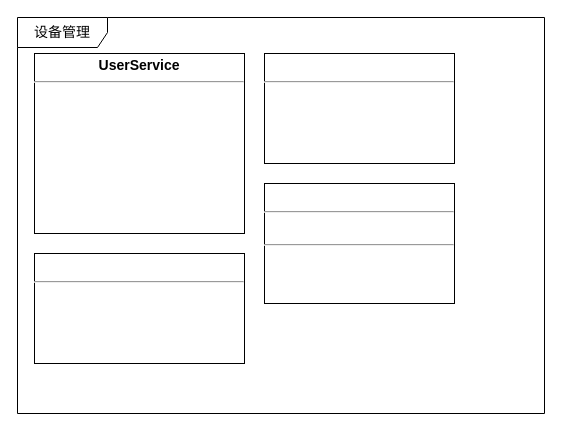
Above: IOTManage/class-device.drawio in waterwatermelon/graph (draw.io), before the change. Source tidied: cells renumbered, new cells numbered last; positions are measured from the earlier drawing's top-left corner, leaving out a move shared by most shapes. Both pictures are drawn from the tidied source at 100%, with x=0, y=0 at pixel (17, 17).
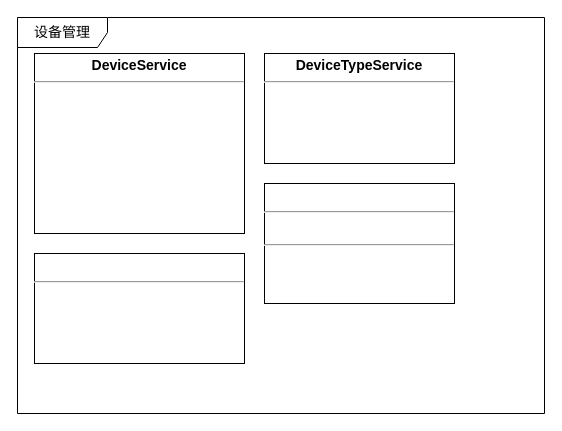
After the change.

Diff of the diagram source:
```diff
@@
 <mxGraphModel>
   <root>
     <mxCell id="0" />
     <mxCell id="1" parent="0" />
     <mxCell id="2" value="设备管理" style="shape=umlFrame;whiteSpace=wrap;html=1;rounded=0;shadow=0;comic=0;labelBackgroundColor=none;strokeColor=#000000;strokeWidth=1;fillColor=#ffffff;fontFamily=Verdana;fontSize=14;fontColor=#000000;align=center;width=90;height=30;" parent="1" vertex="1">
       <mxGeometry width="527" height="396" as="geometry" />
     </mxCell>
-    <mxCell id="3" value="&lt;p style=&quot;margin: 4px 0px 0px ; text-align: center ; font-size: 14px&quot;&gt;&lt;b&gt;UserService&lt;/b&gt;&lt;/p&gt;&lt;hr style=&quot;font-size: 14px&quot;&gt;&lt;p style=&quot;margin: 0px 0px 0px 4px ; font-size: 14px&quot;&gt;&lt;br&gt;&lt;/p&gt;" style="verticalAlign=top;align=left;overflow=fill;fontSize=14;fontFamily=Helvetica;html=1;" parent="1" vertex="1">
+    <mxCell id="3" value="&lt;p style=&quot;margin: 4px 0px 0px ; text-align: center ; font-size: 14px&quot;&gt;&lt;b&gt;DeviceService&lt;/b&gt;&lt;/p&gt;&lt;hr style=&quot;font-size: 14px&quot;&gt;&lt;p style=&quot;margin: 0px 0px 0px 4px ; font-size: 14px&quot;&gt;&lt;br&gt;&lt;/p&gt;" style="verticalAlign=top;align=left;overflow=fill;fontSize=14;fontFamily=Helvetica;html=1;" parent="1" vertex="1">
       <mxGeometry x="17" y="36" width="210" height="180" as="geometry" />
     </mxCell>
-    <mxCell id="4" value="&lt;p style=&quot;margin: 4px 0px 0px ; text-align: center ; font-size: 14px&quot;&gt;&lt;br&gt;&lt;/p&gt;&lt;hr style=&quot;font-size: 14px&quot;&gt;&lt;p style=&quot;margin: 0px 0px 0px 4px ; font-size: 14px&quot;&gt;&lt;br&gt;&lt;/p&gt;" style="verticalAlign=top;align=left;overflow=fill;fontSize=14;fontFamily=Helvetica;html=1;" parent="1" vertex="1">
+    <mxCell id="4" value="&lt;p style=&quot;margin: 4px 0px 0px ; text-align: center ; font-size: 14px&quot;&gt;&lt;b&gt;DeviceTypeService&lt;/b&gt;&lt;br&gt;&lt;/p&gt;&lt;hr style=&quot;font-size: 14px&quot;&gt;&lt;p style=&quot;margin: 0px 0px 0px 4px ; font-size: 14px&quot;&gt;&lt;br&gt;&lt;/p&gt;" style="verticalAlign=top;align=left;overflow=fill;fontSize=14;fontFamily=Helvetica;html=1;" parent="1" vertex="1">
       <mxGeometry x="247" y="36" width="190" height="110" as="geometry" />
     </mxCell>
     <mxCell id="5" value="&lt;p style=&quot;margin: 4px 0px 0px ; text-align: center ; font-size: 14px&quot;&gt;&lt;br&gt;&lt;/p&gt;&lt;hr style=&quot;font-size: 14px&quot;&gt;&lt;p style=&quot;margin: 0px 0px 0px 4px ; font-size: 14px&quot;&gt;&lt;br&gt;&lt;/p&gt;" style="verticalAlign=top;align=left;overflow=fill;fontSize=14;fontFamily=Helvetica;html=1;" parent="1" vertex="1">
       <mxGeometry x="17" y="236" width="210" height="110" as="geometry" />
     </mxCell>
     <mxCell id="6" value="&lt;p style=&quot;margin: 4px 0px 0px ; text-align: center ; font-size: 14px&quot;&gt;&lt;br&gt;&lt;/p&gt;&lt;hr style=&quot;font-size: 14px&quot;&gt;&lt;p style=&quot;margin: 0px 0px 0px 4px ; font-size: 14px&quot;&gt;&lt;br&gt;&lt;/p&gt;&lt;hr style=&quot;font-size: 14px&quot;&gt;&lt;p style=&quot;margin: 0px 0px 0px 4px ; font-size: 14px&quot;&gt;&lt;br&gt;&lt;/p&gt;" style="verticalAlign=top;align=left;overflow=fill;fontSize=14;fontFamily=Helvetica;html=1;" parent="1" vertex="1">
       <mxGeometry x="247" y="166" width="190" height="120" as="geometry" />
     </mxCell>
   </root>
 </mxGraphModel>
```
